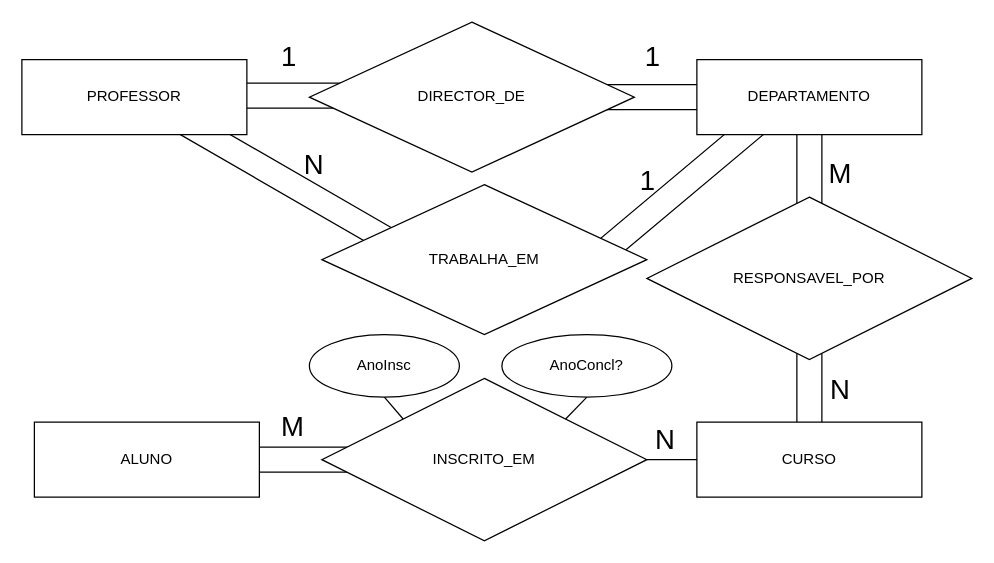
The draw.io diagram Diagrama ER 2.drawio in Duarte099/Diagramas-ER, before the edit. Source tidied: cells renumbered, new cells numbered last; positions are measured from the earlier drawing's top-left corner, leaving out a move shared by most shapes. Both pictures are drawn from the tidied source at 125%, with x=0, y=0 at pixel (21, 18).
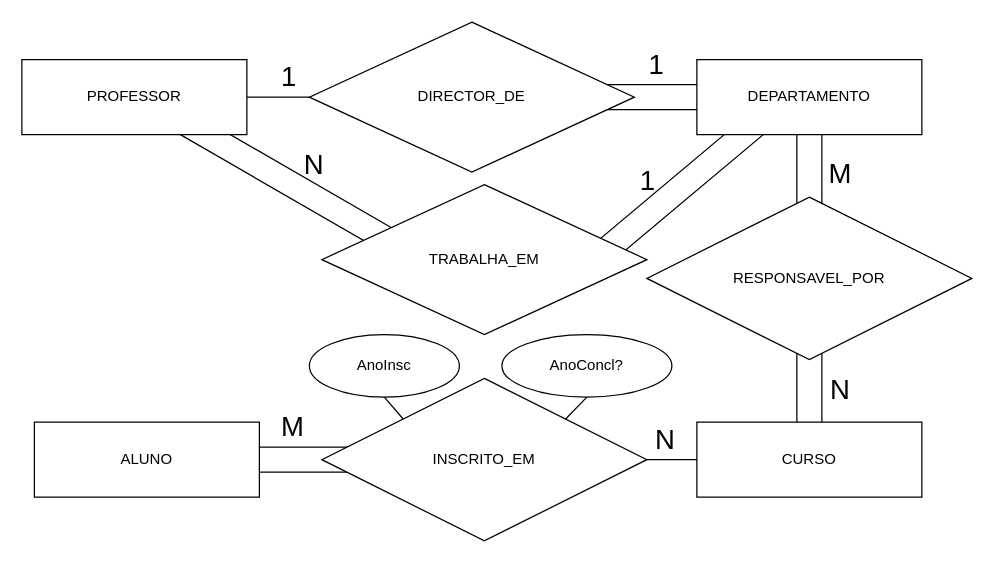
Above is the later version.

Unchanged cells that the change refers to:
```xml
<mxCell id="9" value="PROFESSOR" style="rounded=0;whiteSpace=wrap;html=1;" parent="1" vertex="1">
  <mxGeometry y="33.2" width="180" height="60" as="geometry" />
</mxCell>
<mxCell id="15" value="DIRECTOR_DE" style="rhombus;whiteSpace=wrap;html=1;" parent="1" vertex="1">
  <mxGeometry x="230" y="3.2" width="260" height="120" as="geometry" />
</mxCell>
```

The edit, as a diff of the source:
```diff
@@
-    <mxCell id="7" style="shape=partialRectangle;whiteSpace=wrap;html=1;bottom=0;top=0;fillColor=none;rotation=90;" parent="1" vertex="1">
-      <mxGeometry x="212.1" width="20" height="123.9" as="geometry" />
-    </mxCell>
@@
     <mxCell id="22" value="1" style="whiteSpace=wrap;html=1;fontSize=22;fillColor=none;strokeColor=none;" parent="1" vertex="1">
-      <mxGeometry x="198.6" y="17.4" width="30" height="30" as="geometry" />
+      <mxGeometry x="198.6" y="33.2" width="30" height="30" as="geometry" />
     </mxCell>
     <mxCell id="23" value="1" style="whiteSpace=wrap;html=1;fontSize=22;fillColor=none;strokeColor=none;" parent="1" vertex="1">
-      <mxGeometry x="490" y="17.4" width="30" height="30" as="geometry" />
+      <mxGeometry x="493.1" y="23" width="30" height="30" as="geometry" />
     </mxCell>
@@
+    <mxCell id="30" style="endArrow=none;html=1;rounded=0;entryX=0;entryY=0.5;entryDx=0;entryDy=0;exitX=1;exitY=0.5;exitDx=0;exitDy=0;" parent="1" edge="1" source="9" target="15">
+      <mxGeometry relative="1" as="geometry" />
+    </mxCell>
```
